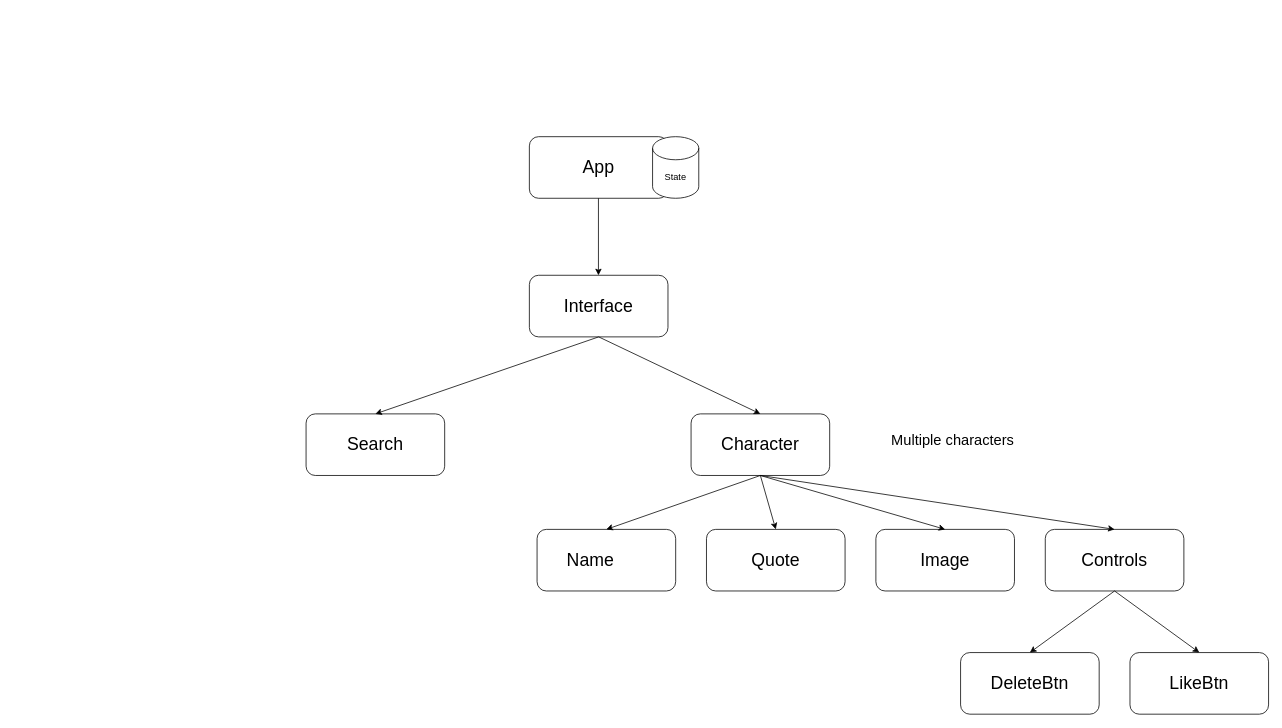
This is Simpsons React Project.drawio from h-bann/react-simpsons-project, a draw.io file, before an edit. Source tidied: cells renumbered, new cells numbered last; positions are measured from the earlier drawing's top-left corner, leaving out a move shared by most shapes. Both pictures are drawn from the tidied source at 77%, with x=0, y=0 at pixel (306, 136).
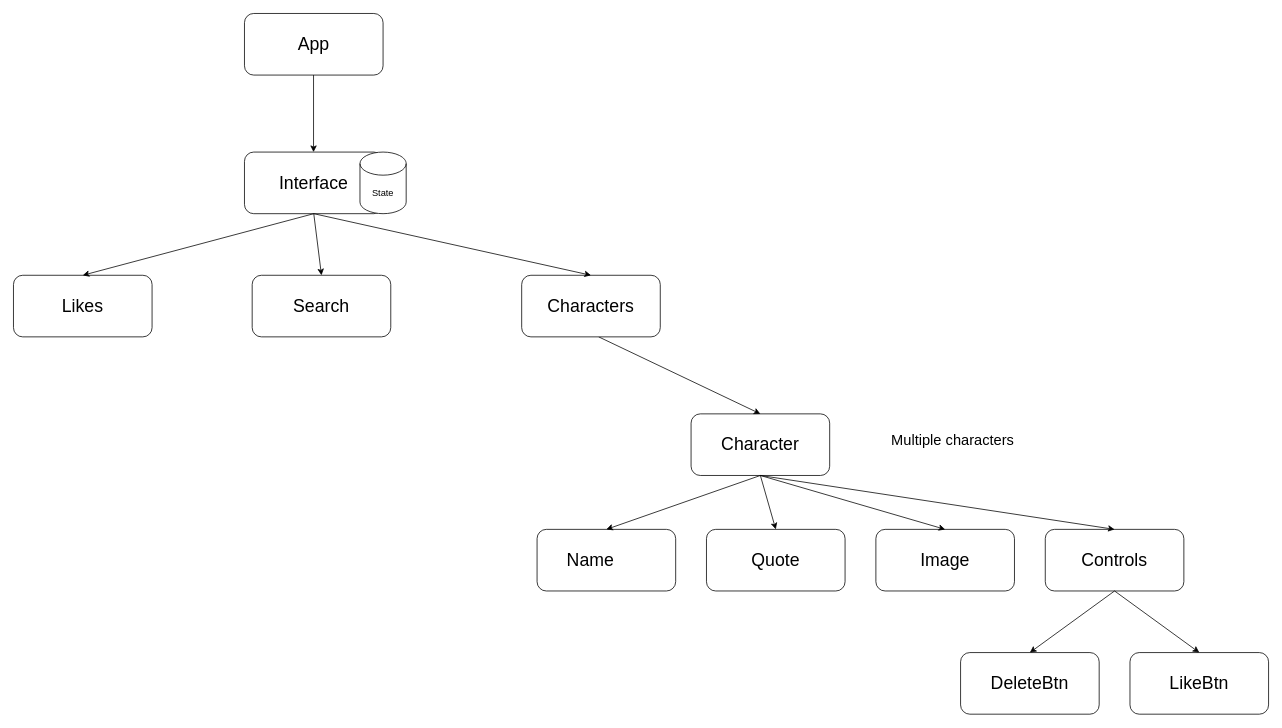
Above is the later version.

The change refers to these unchanged cells:
```xml
<mxCell id="4" value="&lt;font style=&quot;font-size: 23px;&quot;&gt;Character&lt;/font&gt;" style="rounded=1;whiteSpace=wrap;html=1;" parent="1" vertex="1">
  <mxGeometry x="500" y="360" width="180" height="80" as="geometry" />
</mxCell>
```

Diff of the diagram source:
```diff
@@
     <mxCell id="2" value="&lt;font style=&quot;font-size: 23px;&quot;&gt;App&lt;/font&gt;" style="rounded=1;whiteSpace=wrap;html=1;" parent="1" vertex="1">
-      <mxGeometry x="290" width="180" height="80" as="geometry" />
+      <mxGeometry x="-80" y="-160" width="180" height="80" as="geometry" />
     </mxCell>
     <mxCell id="3" value="&lt;font style=&quot;font-size: 23px;&quot;&gt;Interface&lt;/font&gt;" style="rounded=1;whiteSpace=wrap;html=1;" parent="1" vertex="1">
-      <mxGeometry x="290" y="180" width="180" height="80" as="geometry" />
+      <mxGeometry x="-80" y="20" width="180" height="80" as="geometry" />
     </mxCell>
@@
-    <mxCell id="17" style="endArrow=classic;html=1;rounded=0;exitX=0.5;exitY=1;exitDx=0;exitDy=0;entryX=0.5;entryY=0;entryDx=0;entryDy=0;" parent="1" edge="1" source="3" target="4">
-      <mxGeometry relative="1" as="geometry" />
+    <mxCell id="17" style="endArrow=classic;html=1;rounded=0;exitX=0.5;exitY=1;exitDx=0;exitDy=0;entryX=0.5;entryY=0;entryDx=0;entryDy=0;" parent="1" edge="1" target="4">
+      <mxGeometry relative="1" as="geometry">
+        <mxPoint x="380" y="260" as="sourcePoint" />
+      </mxGeometry>
     </mxCell>
     <mxCell id="18" style="endArrow=classic;html=1;rounded=0;exitX=0.5;exitY=1;exitDx=0;exitDy=0;entryX=0.5;entryY=0;entryDx=0;entryDy=0;" parent="1" edge="1">
       <mxGeometry relative="1" as="geometry">
-        <mxPoint x="379.7" y="80" as="sourcePoint" />
-        <mxPoint x="379.7" y="180" as="targetPoint" />
+        <mxPoint x="9.7" y="-80" as="sourcePoint" />
+        <mxPoint x="9.7" y="20" as="targetPoint" />
       </mxGeometry>
     </mxCell>
     <mxCell id="19" value="State" style="shape=cylinder3;whiteSpace=wrap;html=1;boundedLbl=1;backgroundOutline=1;size=15;" parent="1" vertex="1">
-      <mxGeometry x="450" width="60" height="80" as="geometry" />
+      <mxGeometry x="70" y="20" width="60" height="80" as="geometry" />
     </mxCell>
@@
-    <mxCell id="21" value="&lt;font style=&quot;font-size: 23px;&quot;&gt;Search&lt;/font&gt;" style="rounded=1;whiteSpace=wrap;html=1;" parent="1" vertex="1">
-      <mxGeometry y="360" width="180" height="80" as="geometry" />
+    <mxCell id="21" value="&lt;font style=&quot;font-size: 23px;&quot;&gt;Likes&lt;/font&gt;" style="rounded=1;whiteSpace=wrap;html=1;" parent="1" vertex="1">
+      <mxGeometry x="-380" y="180" width="180" height="80" as="geometry" />
     </mxCell>
@@
+    <mxCell id="23" value="&lt;font style=&quot;font-size: 23px;&quot;&gt;Characters&lt;/font&gt;" style="rounded=1;whiteSpace=wrap;html=1;" parent="1" vertex="1">
+      <mxGeometry x="280" y="180" width="180" height="80" as="geometry" />
+    </mxCell>
+    <mxCell id="24" value="&lt;font style=&quot;font-size: 23px;&quot;&gt;Search&lt;/font&gt;" style="rounded=1;whiteSpace=wrap;html=1;" parent="1" vertex="1">
+      <mxGeometry x="-70" y="180" width="180" height="80" as="geometry" />
+    </mxCell>
+    <mxCell id="25" style="endArrow=classic;html=1;rounded=0;entryX=0.5;entryY=0;entryDx=0;entryDy=0;" parent="1" edge="1" target="24">
+      <mxGeometry relative="1" as="geometry">
+        <mxPoint x="10" y="100" as="sourcePoint" />
+      </mxGeometry>
+    </mxCell>
+    <mxCell id="26" style="endArrow=classic;html=1;rounded=0;entryX=0.5;entryY=0;entryDx=0;entryDy=0;exitX=0.5;exitY=1;exitDx=0;exitDy=0;" parent="1" edge="1" source="3" target="23">
+      <mxGeometry relative="1" as="geometry" />
+    </mxCell>
```
